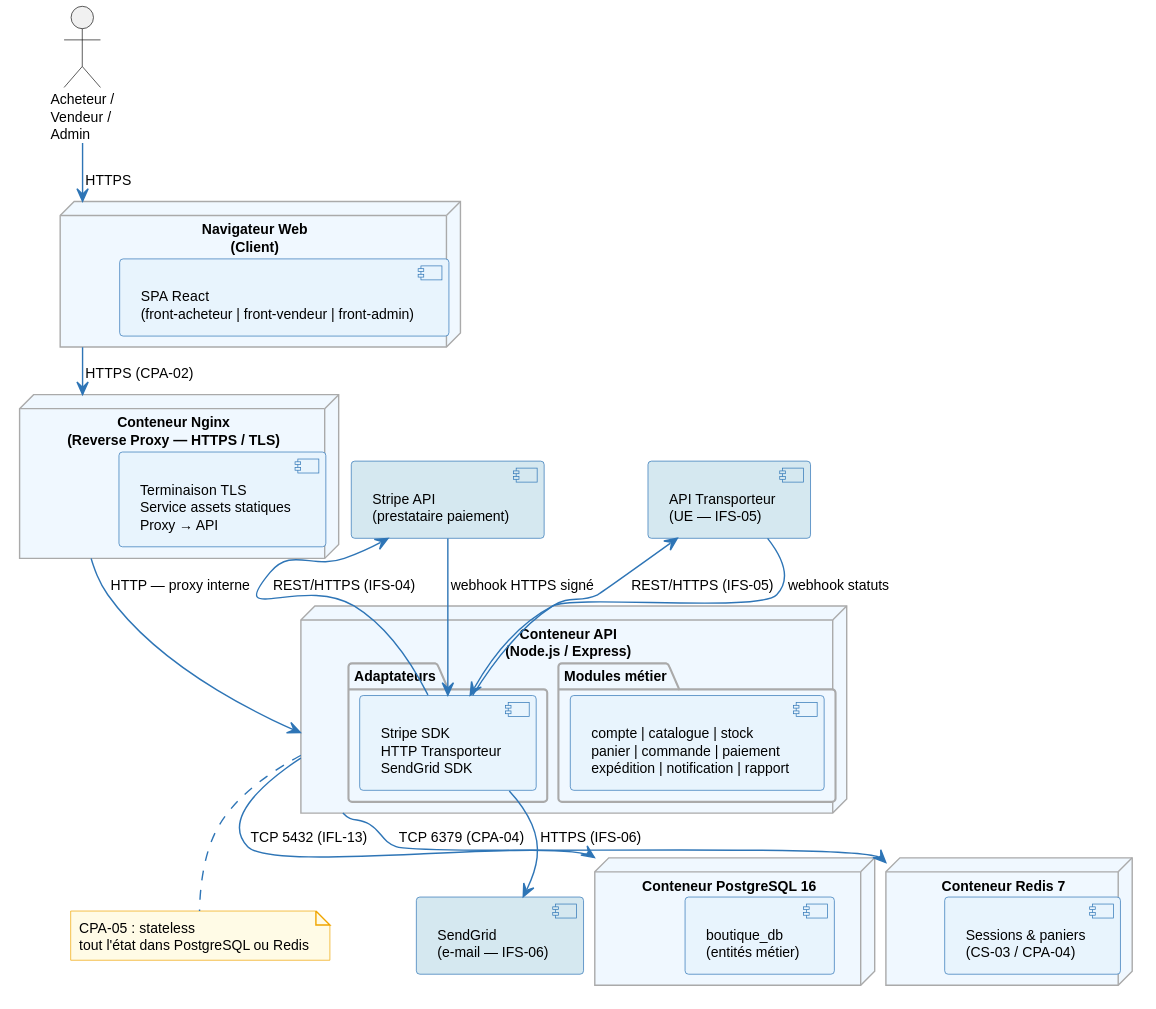
louistalvande/online_shop keeps this PlantUML diagram as architecture/04-physical-architecture/diagrams/pa-deployment.svg. Above is the earlier version. Its diagram source:
```plantuml
@startuml
skinparam nodeBackgroundColor #FEFEFE
skinparam nodeBorderColor #2E75B6
skinparam componentBackgroundColor #E8F4FD
skinparam componentBorderColor #2E75B6
skinparam arrowColor #2E75B6
skinparam noteBackgroundColor #FFFBE6
skinparam noteBorderColor #F0A500
skinparam defaultFontSize 10
skinparam packageBackgroundColor #F0F8FF
skinparam packageBorderColor #AAAAAA

actor "Acheteur /\nVendeur /\nAdmin" as User

node "Navigateur Web\n(Client)" as Browser {
  component "SPA React\n(front-acheteur | front-vendeur | front-admin)" as SPA
}

node "Conteneur Nginx\n(Reverse Proxy — HTTPS / TLS)" as Nginx {
  component "Terminaison TLS\nService assets statiques\nProxy → API" as NginxComp
}

node "Conteneur API\n(Node.js / Express)" as AppServer {
  package "Modules métier" {
    component "compte | catalogue | stock\npanier | commande | paiement\nexpédition | notification | rapport" as Modules
  }
  package "Adaptateurs" {
    component "Stripe SDK\nHTTP Transporteur\nSendGrid SDK" as Adapters
  }
}

node "Conteneur PostgreSQL 16" as DB {
  component "boutique_db\n(entités métier)" as PgDB
}

node "Conteneur Redis 7" as Cache {
  component "Sessions & paniers\n(CS-03 / CPA-04)" as RedisDB
}

component "Stripe API\n(prestataire paiement)" as Stripe #D5E8F0
component "API Transporteur\n(UE — IFS-05)" as CarrierAPI #D5E8F0
component "SendGrid\n(e-mail — IFS-06)" as SendGrid #D5E8F0

User --> Browser : HTTPS
Browser --> Nginx : HTTPS (CPA-02)
Nginx --> AppServer : HTTP — proxy interne
AppServer --> DB : TCP 5432 (IFL-13)
AppServer --> Cache : TCP 6379 (CPA-04)
Adapters --> Stripe : REST/HTTPS (IFS-04)
Stripe --> Adapters : webhook HTTPS signé
Adapters --> CarrierAPI : REST/HTTPS (IFS-05)
CarrierAPI --> Adapters : webhook statuts
Adapters --> SendGrid : HTTPS (IFS-06)

note bottom of AppServer
  CPA-05 : stateless
  tout l'état dans PostgreSQL ou Redis
end note
@enduml
```
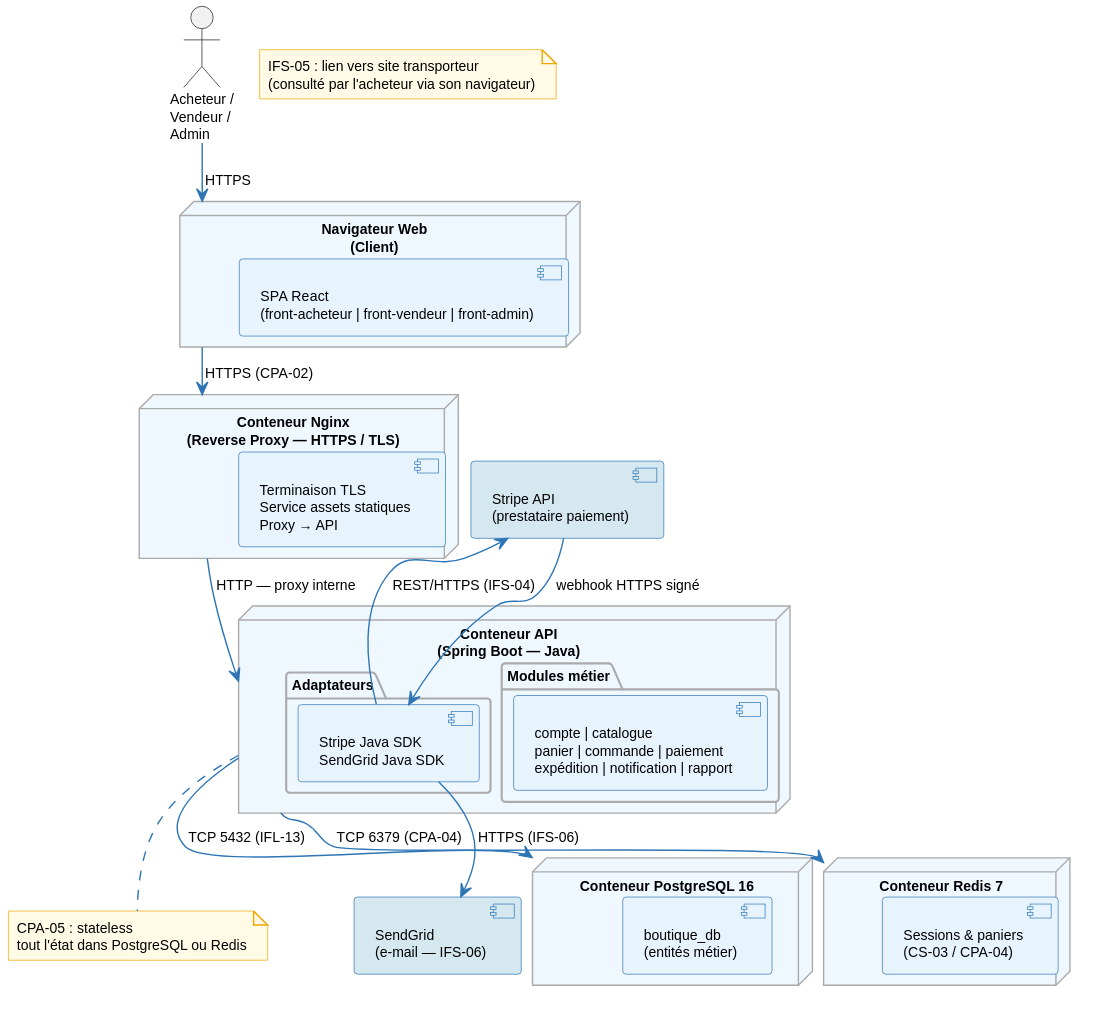
The same file after the commit.

Diff of the diagram source:
```diff
@@ -20,12 +20,12 @@
   component "Terminaison TLS\nService assets statiques\nProxy → API" as NginxComp
 }
 
-node "Conteneur API\n(Node.js / Express)" as AppServer {
+node "Conteneur API\n(Spring Boot — Java)" as AppServer {
   package "Modules métier" {
-    component "compte | catalogue | stock\npanier | commande | paiement\nexpédition | notification | rapport" as Modules
+    component "compte | catalogue\npanier | commande | paiement\nexpédition | notification | rapport" as Modules
   }
   package "Adaptateurs" {
-    component "Stripe SDK\nHTTP Transporteur\nSendGrid SDK" as Adapters
+    component "Stripe Java SDK\nSendGrid Java SDK" as Adapters
   }
 }
 
@@ -38,8 +38,9 @@
 }
 
 component "Stripe API\n(prestataire paiement)" as Stripe #D5E8F0
-component "API Transporteur\n(UE — IFS-05)" as CarrierAPI #D5E8F0
 component "SendGrid\n(e-mail — IFS-06)" as SendGrid #D5E8F0
+
+note "IFS-05 : lien vers site transporteur\n(consulté par l'acheteur via son navigateur)" as NCarrier
 
 User --> Browser : HTTPS
 Browser --> Nginx : HTTPS (CPA-02)
@@ -48,8 +49,6 @@
 AppServer --> Cache : TCP 6379 (CPA-04)
 Adapters --> Stripe : REST/HTTPS (IFS-04)
 Stripe --> Adapters : webhook HTTPS signé
-Adapters --> CarrierAPI : REST/HTTPS (IFS-05)
-CarrierAPI --> Adapters : webhook statuts
 Adapters --> SendGrid : HTTPS (IFS-06)
 
 note bottom of AppServer
```
